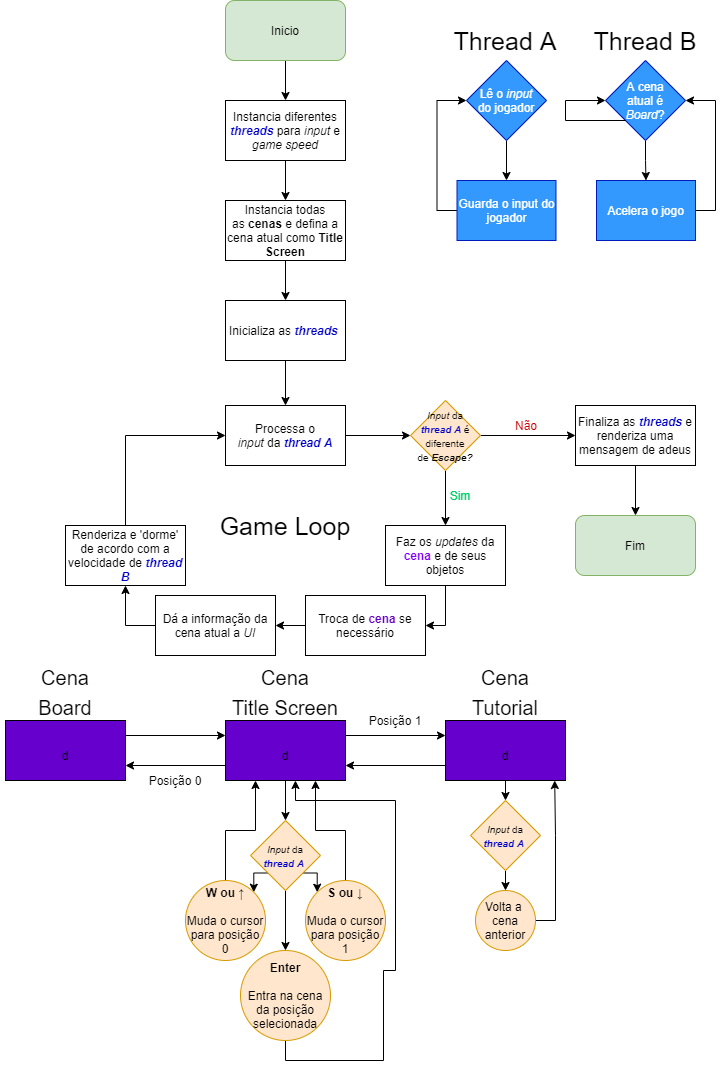
Before: Diagrams/fluxo.png, a diagram exported from draw.io (condmaker/tetris-csharp). Source tidied: cells renumbered, new cells last; positions are measured from the earlier drawing's top-left corner, leaving out a move shared by most shapes.
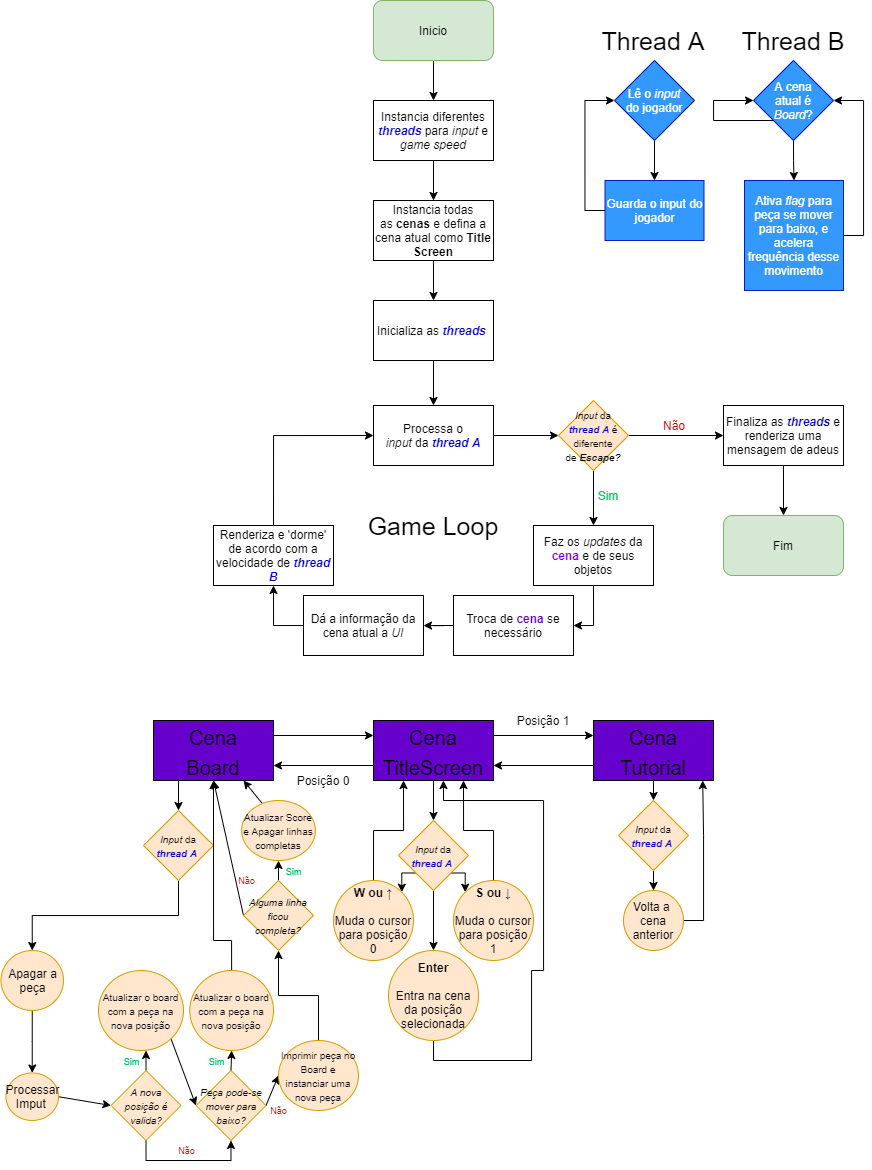
Later version of the same file.

Diff of the diagram source:
```diff
@@ -98,7 +98,10 @@
     <mxCell id="33" style="edgeStyle=orthogonalEdgeStyle;rounded=0;jettySize=auto;html=1;exitX=1;exitY=0.25;exitDx=0;exitDy=0;entryX=0;entryY=0.25;entryDx=0;entryDy=0;fontSize=25;fontColor=#000000;" parent="1" edge="1" source="34" target="38">
       <mxGeometry relative="1" as="geometry" />
     </mxCell>
+    <mxCell id="68" style="edgeStyle=orthogonalEdgeStyle;rounded=0;jettySize=auto;html=1;exitX=0.25;exitY=1;exitDx=0;exitDy=0;entryX=0.5;entryY=0;entryDx=0;entryDy=0;" parent="1" edge="1" source="34" target="70">
+      <mxGeometry relative="1" as="geometry" />
+    </mxCell>
-    <mxCell id="34" value="&lt;font style=&quot;font-size: 12px&quot;&gt;d&lt;/font&gt;" style="rounded=0;whiteSpace=wrap;html=1;fontSize=25;fontColor=#000000;fillColor=#6600CC;" parent="1" vertex="1">
+    <mxCell id="34" value="&lt;span style=&quot;font-size: 20px&quot;&gt;Cena&lt;/span&gt;&lt;br style=&quot;font-size: 20px&quot;&gt;&lt;span style=&quot;font-size: 20px&quot;&gt;Board&lt;/span&gt;" style="rounded=0;whiteSpace=wrap;html=1;fontSize=25;fontColor=#000000;fillColor=#6600CC;" parent="1" vertex="1">
       <mxGeometry x="5" y="720" width="120" height="60" as="geometry" />
     </mxCell>
     <mxCell id="35" style="edgeStyle=orthogonalEdgeStyle;rounded=0;jettySize=auto;html=1;exitX=1;exitY=0.25;exitDx=0;exitDy=0;entryX=0;entryY=0.25;entryDx=0;entryDy=0;fontSize=25;fontColor=#000000;" parent="1" edge="1" source="38" target="41">
@@ -110,7 +113,7 @@
     <mxCell id="37" style="edgeStyle=orthogonalEdgeStyle;rounded=0;jettySize=auto;html=1;exitX=0.5;exitY=1;exitDx=0;exitDy=0;entryX=0.5;entryY=0;entryDx=0;entryDy=0;fontSize=25;fontColor=#000000;" parent="1" edge="1" source="38" target="50">
       <mxGeometry relative="1" as="geometry" />
     </mxCell>
-    <mxCell id="38" value="&lt;font style=&quot;font-size: 12px&quot;&gt;d&lt;/font&gt;" style="rounded=0;whiteSpace=wrap;html=1;fontSize=25;fontColor=#000000;fillColor=#6600CC;" parent="1" vertex="1">
+    <mxCell id="38" value="&lt;span style=&quot;font-size: 20px&quot;&gt;Cena&lt;/span&gt;&lt;br style=&quot;font-size: 20px&quot;&gt;&lt;span style=&quot;font-size: 20px&quot;&gt;TitleScreen&lt;/span&gt;" style="rounded=0;whiteSpace=wrap;html=1;fontSize=25;fontColor=#000000;fillColor=#6600CC;" parent="1" vertex="1">
       <mxGeometry x="225" y="720" width="120" height="60" as="geometry" />
     </mxCell>
     <mxCell id="39" style="edgeStyle=orthogonalEdgeStyle;rounded=0;jettySize=auto;html=1;exitX=0;exitY=0.75;exitDx=0;exitDy=0;entryX=1;entryY=0.75;entryDx=0;entryDy=0;fontSize=25;fontColor=#000000;" parent="1" edge="1" source="41" target="38">
@@ -119,7 +122,7 @@
     <mxCell id="40" style="edgeStyle=orthogonalEdgeStyle;rounded=0;jettySize=auto;html=1;exitX=0.5;exitY=1;exitDx=0;exitDy=0;entryX=0.5;entryY=0;entryDx=0;entryDy=0;fontSize=12;fontColor=#000000;" parent="1" edge="1" source="41" target="60">
       <mxGeometry relative="1" as="geometry" />
     </mxCell>
-    <mxCell id="41" value="&lt;font style=&quot;font-size: 12px&quot;&gt;d&lt;/font&gt;" style="rounded=0;whiteSpace=wrap;html=1;fontSize=25;fontColor=#000000;fillColor=#6600CC;" parent="1" vertex="1">
+    <mxCell id="41" value="&lt;span style=&quot;font-size: 20px&quot;&gt;Cena&lt;/span&gt;&lt;br style=&quot;font-size: 20px&quot;&gt;&lt;span style=&quot;font-size: 20px&quot;&gt;Tutorial&lt;/span&gt;" style="rounded=0;whiteSpace=wrap;html=1;fontSize=25;fontColor=#000000;fillColor=#6600CC;" parent="1" vertex="1">
       <mxGeometry x="445" y="720" width="120" height="60" as="geometry" />
     </mxCell>
     <mxCell id="42" value="Thread A" style="text;html=1;strokeColor=none;fillColor=none;align=center;verticalAlign=middle;whiteSpace=wrap;rounded=0;fontSize=25;fontColor=#000000;" parent="1" vertex="1">
@@ -128,15 +131,6 @@
     <mxCell id="43" value="Thread B" style="text;html=1;strokeColor=none;fillColor=none;align=center;verticalAlign=middle;whiteSpace=wrap;rounded=0;fontSize=25;fontColor=#000000;" parent="1" vertex="1">
       <mxGeometry x="575" y="30" width="140" height="20" as="geometry" />
     </mxCell>
-    <mxCell id="44" value="&lt;span style=&quot;font-size: 20px&quot;&gt;Cena&lt;br&gt;Title Screen&lt;br&gt;&lt;/span&gt;" style="text;html=1;strokeColor=none;fillColor=none;align=center;verticalAlign=middle;whiteSpace=wrap;rounded=0;fontSize=25;fontColor=#000000;" parent="1" vertex="1">
-      <mxGeometry x="220" y="680" width="130" height="20" as="geometry" />
-    </mxCell>
-    <mxCell id="45" value="&lt;span style=&quot;font-size: 20px&quot;&gt;Cena&lt;br&gt;Tutorial&lt;br&gt;&lt;/span&gt;" style="text;html=1;strokeColor=none;fillColor=none;align=center;verticalAlign=middle;whiteSpace=wrap;rounded=0;fontSize=25;fontColor=#000000;" parent="1" vertex="1">
-      <mxGeometry x="440" y="680" width="130" height="20" as="geometry" />
-    </mxCell>
-    <mxCell id="46" value="&lt;span style=&quot;font-size: 20px&quot;&gt;Cena&lt;br&gt;Board&lt;br&gt;&lt;/span&gt;" style="text;html=1;strokeColor=none;fillColor=none;align=center;verticalAlign=middle;whiteSpace=wrap;rounded=0;fontSize=25;fontColor=#000000;" parent="1" vertex="1">
-      <mxGeometry y="680" width="130" height="20" as="geometry" />
-    </mxCell>
     <mxCell id="47" style="edgeStyle=orthogonalEdgeStyle;rounded=0;jettySize=auto;html=1;exitX=0;exitY=1;exitDx=0;exitDy=0;entryX=1;entryY=0;entryDx=0;entryDy=0;fontSize=12;fontColor=#000000;" parent="1" edge="1" source="50" target="52">
       <mxGeometry relative="1" as="geometry" />
     </mxCell>
@@ -211,8 +205,101 @@
     <mxCell id="66" style="edgeStyle=orthogonalEdgeStyle;rounded=0;jettySize=auto;html=1;exitX=1;exitY=0.5;exitDx=0;exitDy=0;entryX=1;entryY=0.5;entryDx=0;entryDy=0;fontSize=12;fontColor=#000000;" parent="1" edge="1" source="67" target="64">
       <mxGeometry relative="1" as="geometry" />
     </mxCell>
-    <mxCell id="67" value="Acelera o jogo" style="rounded=0;whiteSpace=wrap;html=1;strokeColor=#001DBC;fontColor=#ffffff;fillColor=#3399FF;" parent="1" vertex="1">
-      <mxGeometry x="596" y="180" width="99" height="60" as="geometry" />
+    <mxCell id="67" value="Ativa &lt;i&gt;flag&lt;/i&gt; para peça se mover para baixo, e acelera frequência desse movimento" style="rounded=0;whiteSpace=wrap;html=1;strokeColor=#001DBC;fontColor=#ffffff;fillColor=#3399FF;" parent="1" vertex="1">
+      <mxGeometry x="596" y="180" width="99" height="110" as="geometry" />
     </mxCell>
+    <mxCell id="69" style="edgeStyle=elbowEdgeStyle;rounded=0;jettySize=auto;html=1;exitX=0.5;exitY=1;exitDx=0;exitDy=0;entryX=0.5;entryY=0;entryDx=0;entryDy=0;fontSize=9;fontColor=#00CC66;elbow=vertical;" parent="1" edge="1" source="70" target="93">
+      <mxGeometry relative="1" as="geometry" />
+    </mxCell>
+    <mxCell id="70" value="&lt;font style=&quot;font-size: 10px&quot;&gt;&lt;i&gt;Input&lt;/i&gt;&lt;span&gt;&amp;nbsp;da&lt;br&gt;&lt;/span&gt;&lt;font color=&quot;#0000cc&quot; style=&quot;font-weight: bold ; font-style: italic ; font-size: 10px&quot;&gt;thread A&amp;nbsp;&lt;/font&gt;&lt;/font&gt;" style="rhombus;whiteSpace=wrap;html=1;fillColor=#ffe6cc;strokeColor=#d79b00;" parent="1" vertex="1">
+      <mxGeometry x="-5" y="810" width="70" height="70" as="geometry" />
+    </mxCell>
+    <mxCell id="71" style="rounded=0;jettySize=auto;html=1;exitX=1;exitY=1;exitDx=0;exitDy=0;entryX=0;entryY=0.5;entryDx=0;entryDy=0;fontSize=9;fontColor=#00CC66;" parent="1" edge="1" source="96" target="82">
+      <mxGeometry relative="1" as="geometry" />
+    </mxCell>
+    <mxCell id="72" style="edgeStyle=orthogonalEdgeStyle;rounded=0;jettySize=auto;html=1;exitX=0.5;exitY=0;exitDx=0;exitDy=0;entryX=0.5;entryY=1;entryDx=0;entryDy=0;fontColor=#00CC66;" parent="1" edge="1" source="74">
+      <mxGeometry relative="1" as="geometry">
+        <mxPoint x="-2.5" y="1050" as="targetPoint" />
+      </mxGeometry>
+    </mxCell>
+    <mxCell id="73" style="edgeStyle=orthogonalEdgeStyle;rounded=0;jettySize=auto;html=1;exitX=0.5;exitY=1;exitDx=0;exitDy=0;entryX=0.5;entryY=1;entryDx=0;entryDy=0;fontSize=9;fontColor=#00CC66;" parent="1" edge="1" source="74" target="82">
+      <mxGeometry relative="1" as="geometry" />
+    </mxCell>
+    <mxCell id="74" value="&lt;span style=&quot;font-size: 10px&quot;&gt;&lt;i&gt;A nova posição é valida?&lt;/i&gt;&lt;/span&gt;" style="rhombus;whiteSpace=wrap;html=1;fillColor=#ffe6cc;strokeColor=#d79b00;" parent="1" vertex="1">
+      <mxGeometry x="-37.5" y="1070" width="70" height="70" as="geometry" />
+    </mxCell>
+    <mxCell id="75" value="&lt;font style=&quot;font-size: 9px&quot;&gt;Sim&lt;/font&gt;" style="text;html=1;align=center;verticalAlign=middle;fontStyle=0;fontColor=#00CC66;" parent="1" vertex="1">
+      <mxGeometry x="-32.5" y="1050" width="30" height="20" as="geometry" />
+    </mxCell>
+    <mxCell id="76" style="edgeStyle=none;rounded=0;jettySize=auto;html=1;exitX=0;exitY=0.5;exitDx=0;exitDy=0;fontSize=9;fontColor=#00CC66;entryX=0.5;entryY=1;entryDx=0;entryDy=0;" parent="1" edge="1" source="78" target="34">
+      <mxGeometry relative="1" as="geometry" />
+    </mxCell>
+    <mxCell id="77" style="edgeStyle=none;rounded=0;jettySize=auto;html=1;exitX=0.5;exitY=0;exitDx=0;exitDy=0;entryX=0.5;entryY=1;entryDx=0;entryDy=0;fontSize=9;fontColor=#00CC66;" parent="1" edge="1" source="78" target="87">
+      <mxGeometry relative="1" as="geometry" />
+    </mxCell>
+    <mxCell id="78" value="&lt;span style=&quot;font-size: 10px&quot;&gt;&lt;i&gt;Alguma linha&lt;br&gt;ficou completa?&lt;/i&gt;&lt;br&gt;&lt;/span&gt;" style="rhombus;whiteSpace=wrap;html=1;fillColor=#ffe6cc;strokeColor=#d79b00;" parent="1" vertex="1">
+      <mxGeometry x="95" y="880" width="70" height="70" as="geometry" />
+    </mxCell>
+    <mxCell id="79" value="&lt;font color=&quot;#cc0000&quot; style=&quot;font-size: 9px;&quot;&gt;Não&lt;/font&gt;" style="text;html=1;align=center;verticalAlign=middle;fontColor=#00CC66;fontSize=9;" parent="1" vertex="1">
+      <mxGeometry x="22.5" y="1140" width="30" height="20" as="geometry" />
+    </mxCell>
+    <mxCell id="80" style="edgeStyle=none;rounded=0;jettySize=auto;html=1;exitX=1;exitY=0.5;exitDx=0;exitDy=0;entryX=0;entryY=0.5;entryDx=0;entryDy=0;fontSize=9;fontColor=#00CC66;" parent="1" edge="1" source="82" target="91">
+      <mxGeometry relative="1" as="geometry" />
+    </mxCell>
+    <mxCell id="81" style="edgeStyle=none;rounded=0;jettySize=auto;html=1;exitX=0.5;exitY=0;exitDx=0;exitDy=0;entryX=0.5;entryY=1;entryDx=0;entryDy=0;fontSize=9;fontColor=#00CC66;" parent="1" edge="1" source="82" target="84">
+      <mxGeometry relative="1" as="geometry" />
+    </mxCell>
+    <mxCell id="82" value="&lt;span style=&quot;font-size: 10px&quot;&gt;&lt;i&gt;Peça pode-se mover para baixo?&lt;/i&gt;&lt;/span&gt;" style="rhombus;whiteSpace=wrap;html=1;fillColor=#ffe6cc;strokeColor=#d79b00;" parent="1" vertex="1">
+      <mxGeometry x="47.5" y="1070" width="70" height="70" as="geometry" />
+    </mxCell>
+    <mxCell id="83" style="edgeStyle=orthogonalEdgeStyle;rounded=0;jettySize=auto;html=1;exitX=0.5;exitY=0;exitDx=0;exitDy=0;entryX=0.5;entryY=1;entryDx=0;entryDy=0;fontSize=9;fontColor=#00CC66;" parent="1" edge="1" source="84" target="34">
+      <mxGeometry relative="1" as="geometry">
+        <Array as="points">
+          <mxPoint x="65" y="940" />
+        </Array>
+      </mxGeometry>
+    </mxCell>
+    <mxCell id="84" value="&lt;font style=&quot;font-size: 10px&quot;&gt;Atualizar o board com a peça na nova posição&lt;/font&gt;" style="ellipse;whiteSpace=wrap;html=1;fontFamily=Helvetica;fontSize=12;fontColor=#000000;align=center;strokeColor=#d79b00;fillColor=#ffe6cc;" parent="1" vertex="1">
+      <mxGeometry x="41.2" y="970" width="83.8" height="80" as="geometry" />
+    </mxCell>
+    <mxCell id="85" value="&lt;font color=&quot;#cc0000&quot; style=&quot;font-size: 9px;&quot;&gt;Não&lt;/font&gt;" style="text;html=1;align=center;verticalAlign=middle;fontColor=#00CC66;fontSize=9;" parent="1" vertex="1">
+      <mxGeometry x="115" y="1100" width="30" height="20" as="geometry" />
+    </mxCell>
+    <mxCell id="86" style="edgeStyle=none;rounded=0;jettySize=auto;html=1;exitX=0.25;exitY=0;exitDx=0;exitDy=0;entryX=0.75;entryY=1;entryDx=0;entryDy=0;fontSize=9;fontColor=#00CC66;" parent="1" edge="1" source="87" target="34">
+      <mxGeometry relative="1" as="geometry" />
+    </mxCell>
+    <mxCell id="87" value="&lt;font style=&quot;font-size: 10px&quot;&gt;Atualizar Score e Apagar linhas completas&lt;/font&gt;" style="ellipse;whiteSpace=wrap;html=1;fontFamily=Helvetica;fontSize=12;fontColor=#000000;align=center;strokeColor=#d79b00;fillColor=#ffe6cc;" parent="1" vertex="1">
+      <mxGeometry x="93.1" y="800" width="73.8" height="60" as="geometry" />
+    </mxCell>
+    <mxCell id="88" value="&lt;font style=&quot;font-size: 9px&quot;&gt;Sim&lt;/font&gt;" style="text;html=1;align=center;verticalAlign=middle;fontStyle=0;fontColor=#00CC66;" parent="1" vertex="1">
+      <mxGeometry x="130" y="860" width="30" height="20" as="geometry" />
+    </mxCell>
+    <mxCell id="89" value="&lt;font color=&quot;#cc0000&quot; style=&quot;font-size: 9px;&quot;&gt;Não&lt;/font&gt;" style="text;html=1;align=center;verticalAlign=middle;fontColor=#00CC66;fontSize=9;" parent="1" vertex="1">
+      <mxGeometry x="82.5" y="870" width="30" height="20" as="geometry" />
+    </mxCell>
+    <mxCell id="90" style="edgeStyle=orthogonalEdgeStyle;rounded=0;jettySize=auto;html=1;exitX=0.5;exitY=0;exitDx=0;exitDy=0;entryX=0.5;entryY=1;entryDx=0;entryDy=0;fontSize=9;fontColor=#00CC66;" parent="1" edge="1" source="91" target="78">
+      <mxGeometry relative="1" as="geometry" />
+    </mxCell>
+    <mxCell id="91" value="&lt;font style=&quot;font-size: 10px&quot;&gt;Imprimir peça no Board e instanciar uma nova peça&lt;/font&gt;" style="ellipse;whiteSpace=wrap;html=1;fontFamily=Helvetica;fontSize=12;fontColor=#000000;align=center;strokeColor=#d79b00;fillColor=#ffe6cc;" parent="1" vertex="1">
+      <mxGeometry x="130" y="1040" width="80" height="70" as="geometry" />
+    </mxCell>
+    <mxCell id="92" style="edgeStyle=elbowEdgeStyle;rounded=0;jettySize=auto;elbow=vertical;html=1;exitX=0.5;exitY=1;exitDx=0;exitDy=0;fontSize=9;fontColor=#00CC66;" parent="1" edge="1" source="93" target="95">
+      <mxGeometry relative="1" as="geometry" />
+    </mxCell>
+    <mxCell id="93" value="Apagar a peça" style="ellipse;whiteSpace=wrap;html=1;fontFamily=Helvetica;fontSize=12;fontColor=#000000;align=center;strokeColor=#d79b00;fillColor=#ffe6cc;" parent="1" vertex="1">
+      <mxGeometry x="-147.5" y="950" width="62.5" height="60" as="geometry" />
+    </mxCell>
+    <mxCell id="94" style="rounded=0;jettySize=auto;elbow=vertical;html=1;exitX=1;exitY=0.5;exitDx=0;exitDy=0;entryX=0;entryY=0.5;entryDx=0;entryDy=0;fontSize=9;fontColor=#00CC66;" parent="1" edge="1" source="95" target="74">
+      <mxGeometry relative="1" as="geometry" />
+    </mxCell>
+    <mxCell id="95" value="Processar Imput&amp;nbsp;" style="ellipse;whiteSpace=wrap;html=1;fontFamily=Helvetica;fontSize=12;fontColor=#000000;align=center;strokeColor=#d79b00;fillColor=#ffe6cc;" parent="1" vertex="1">
+      <mxGeometry x="-142.5" y="1072.5" width="52.5" height="47.5" as="geometry" />
+    </mxCell>
+    <mxCell id="96" value="&lt;font style=&quot;font-size: 10px&quot;&gt;Atualizar o board com a peça na nova posição&lt;/font&gt;" style="ellipse;whiteSpace=wrap;html=1;fontFamily=Helvetica;fontSize=12;fontColor=#000000;align=center;strokeColor=#d79b00;fillColor=#ffe6cc;" parent="1" vertex="1">
+      <mxGeometry x="-50" y="970" width="85" height="80" as="geometry" />
+    </mxCell>
+    <mxCell id="97" value="&lt;font style=&quot;font-size: 9px&quot;&gt;Sim&lt;/font&gt;" style="text;html=1;align=center;verticalAlign=middle;fontStyle=0;fontColor=#00CC66;" parent="1" vertex="1">
+      <mxGeometry x="52.5" y="1050" width="30" height="20" as="geometry" />
+    </mxCell>
   </root>
 </mxGraphModel>
```
